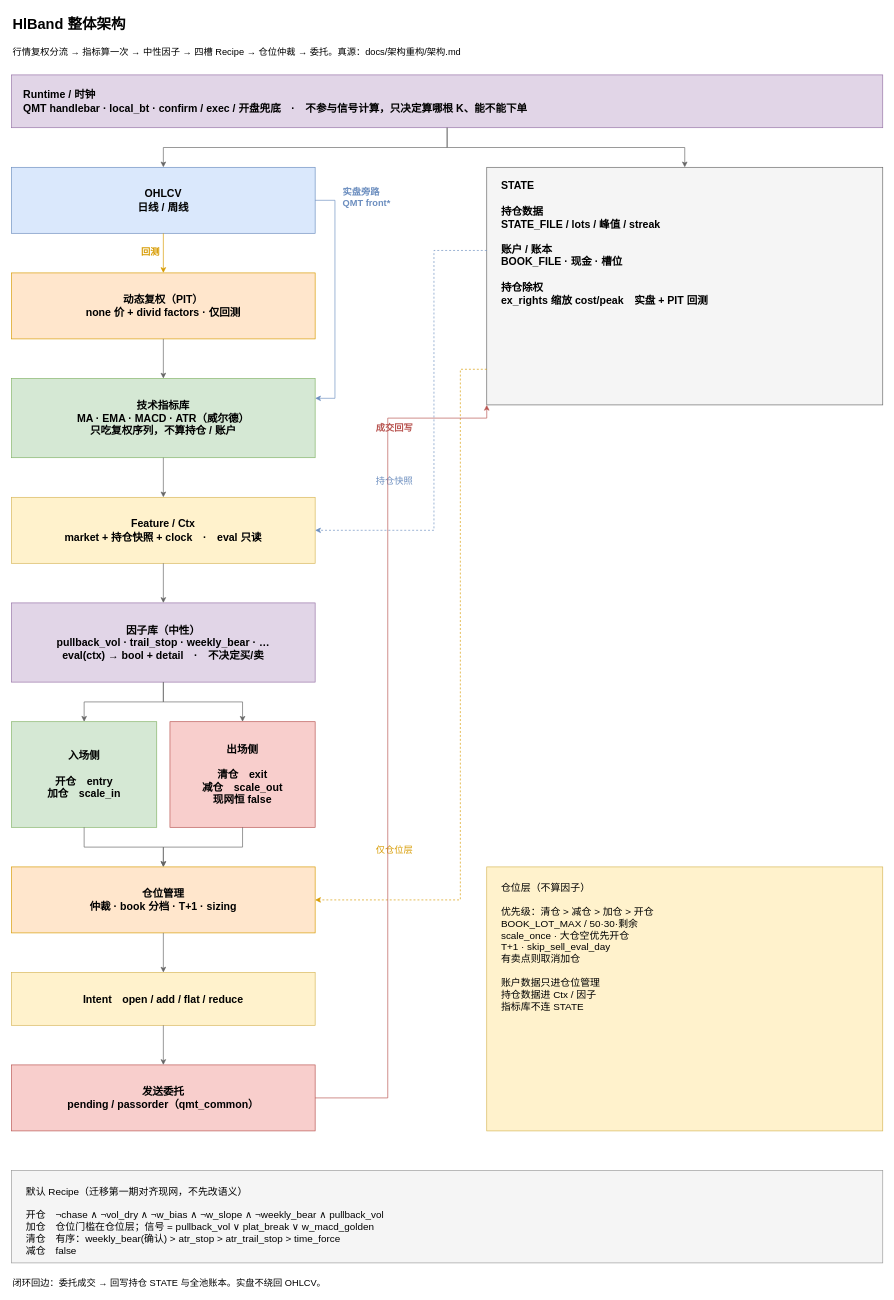
vigo-wu/strategy-tracking keeps this draw.io diagram as hongli_band/docs/架构重构/策略架构.drawio. Above is the earlier version. Source tidied: cells renumbered, new cells numbered last; positions are measured from the earlier drawing's top-left corner, leaving out a move shared by most shapes. Both pictures are drawn from the tidied source at 66%, with x=0, y=0 at pixel (11, 11).
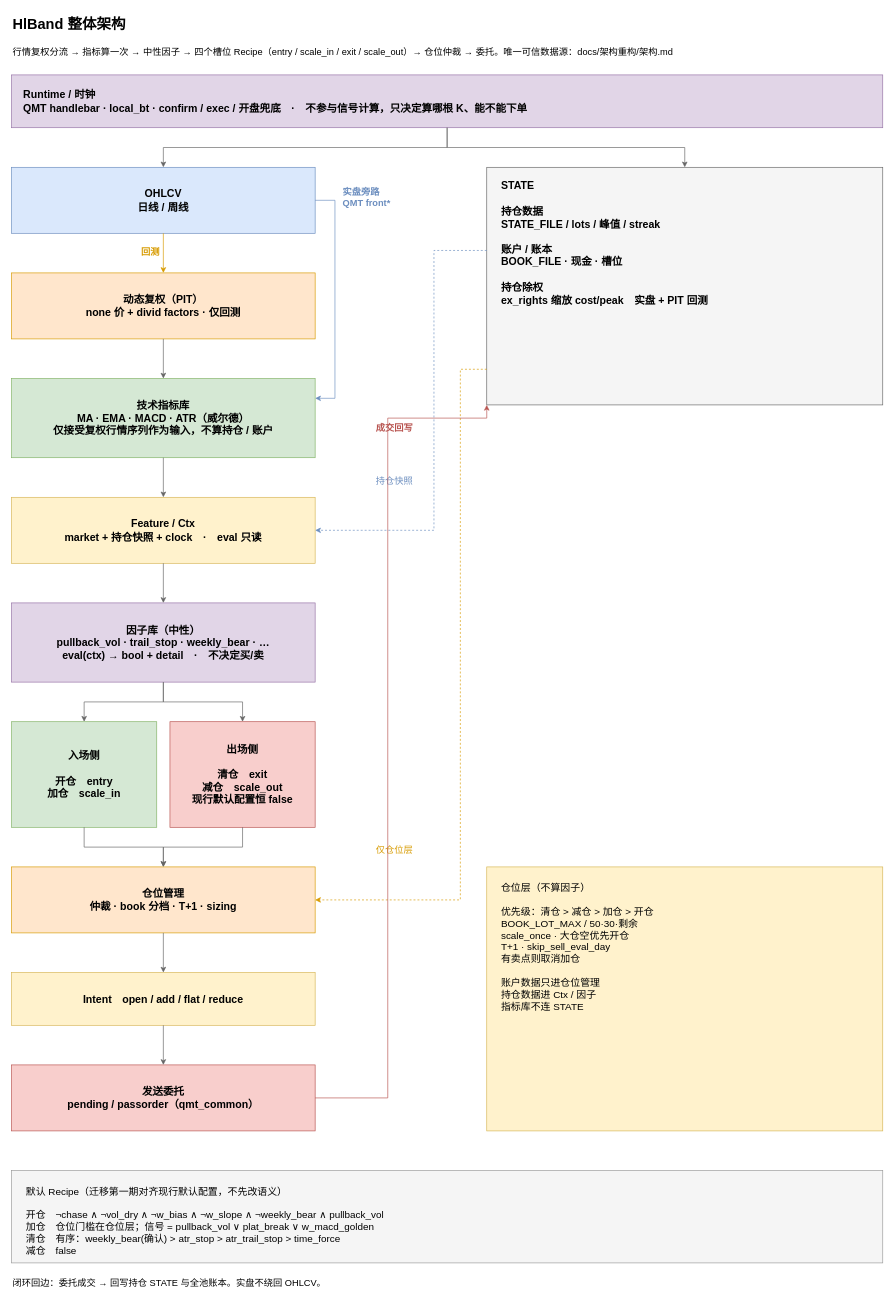
The same page after the edit.

Change to the diagram source:
```diff
@@
-    <mxCell id="3" value="行情复权分流 → 指标算一次 → 中性因子 → 四槽 Recipe → 仓位仲裁 → 委托。真源：docs/架构重构/架构.md" style="text;html=1;strokeColor=none;fillColor=none;align=left;verticalAlign=middle;fontSize=14;fontFamily=Microsoft YaHei;" parent="1" vertex="1">
+    <mxCell id="3" value="行情复权分流 → 指标算一次 → 中性因子 → 四个槽位 Recipe（entry / scale_in / exit / scale_out）→ 仓位仲裁 → 委托。唯一可信数据源：docs/架构重构/架构.md" style="text;html=1;strokeColor=none;fillColor=none;align=left;verticalAlign=middle;fontSize=14;fontFamily=Microsoft YaHei;" parent="1" vertex="1">
       <mxGeometry y="44" width="1320" height="36" as="geometry" />
     </mxCell>
@@
-    <mxCell id="8" value="技术指标库&lt;br&gt;MA · EMA · MACD · ATR（威尔德）&lt;br&gt;只吃复权序列，不算持仓 / 账户" style="rounded=0;whiteSpace=wrap;html=1;fillColor=#d5e8d4;strokeColor=#82b366;fontStyle=1;fontSize=16;fontFamily=Microsoft YaHei;" parent="1" vertex="1">
+    <mxCell id="8" value="技术指标库&lt;br&gt;MA · EMA · MACD · ATR（威尔德）&lt;br&gt;仅接受复权行情序列作为输入，不算持仓 / 账户" style="rounded=0;whiteSpace=wrap;html=1;fillColor=#d5e8d4;strokeColor=#82b366;fontStyle=1;fontSize=16;fontFamily=Microsoft YaHei;" parent="1" vertex="1">
       <mxGeometry y="556" width="460" height="120" as="geometry" />
     </mxCell>
@@
-    <mxCell id="12" value="出场侧&lt;br&gt;&lt;br&gt;清仓　exit&lt;br&gt;减仓　scale_out&lt;br&gt;现网恒 false" style="rounded=0;whiteSpace=wrap;html=1;align=center;verticalAlign=middle;fillColor=#f8cecc;strokeColor=#b85450;fontStyle=1;fontSize=16;fontFamily=Microsoft YaHei;" parent="1" vertex="1">
+    <mxCell id="12" value="出场侧&lt;br&gt;&lt;br&gt;清仓　exit&lt;br&gt;减仓　scale_out&lt;br&gt;现行默认配置恒 false" style="rounded=0;whiteSpace=wrap;html=1;align=center;verticalAlign=middle;fillColor=#f8cecc;strokeColor=#b85450;fontStyle=1;fontSize=16;fontFamily=Microsoft YaHei;" parent="1" vertex="1">
       <mxGeometry x="240" y="1076" width="220" height="160" as="geometry" />
     </mxCell>
@@
-    <mxCell id="17" value="默认 Recipe（迁移第一期对齐现网，不先改语义）&lt;br&gt;&lt;br&gt;开仓　¬chase ∧ ¬vol_dry ∧ ¬w_bias ∧ ¬w_slope ∧ ¬weekly_bear ∧ pullback_vol&lt;br&gt;加仓　仓位门槛在仓位层；信号 = pullback_vol ∨ plat_break ∨ w_macd_golden&lt;br&gt;清仓　有序：weekly_bear(确认) &gt; atr_stop &gt; atr_trail_stop &gt; time_force&lt;br&gt;减仓　false" style="rounded=0;whiteSpace=wrap;html=1;align=left;verticalAlign=top;fillColor=#f5f5f5;strokeColor=#999999;spacingLeft=20;spacingTop=16;spacingRight=16;fontSize=15;fontFamily=Microsoft YaHei;" parent="1" vertex="1">
+    <mxCell id="17" value="默认 Recipe（迁移第一期对齐现行默认配置，不先改语义）&lt;br&gt;&lt;br&gt;开仓　¬chase ∧ ¬vol_dry ∧ ¬w_bias ∧ ¬w_slope ∧ ¬weekly_bear ∧ pullback_vol&lt;br&gt;加仓　仓位门槛在仓位层；信号 = pullback_vol ∨ plat_break ∨ w_macd_golden&lt;br&gt;清仓　有序：weekly_bear(确认) &gt; atr_stop &gt; atr_trail_stop &gt; time_force&lt;br&gt;减仓　false" style="rounded=0;whiteSpace=wrap;html=1;align=left;verticalAlign=top;fillColor=#f5f5f5;strokeColor=#999999;spacingLeft=20;spacingTop=16;spacingRight=16;fontSize=15;fontFamily=Microsoft YaHei;" parent="1" vertex="1">
       <mxGeometry y="1756" width="1320" height="140" as="geometry" />
     </mxCell>
```
